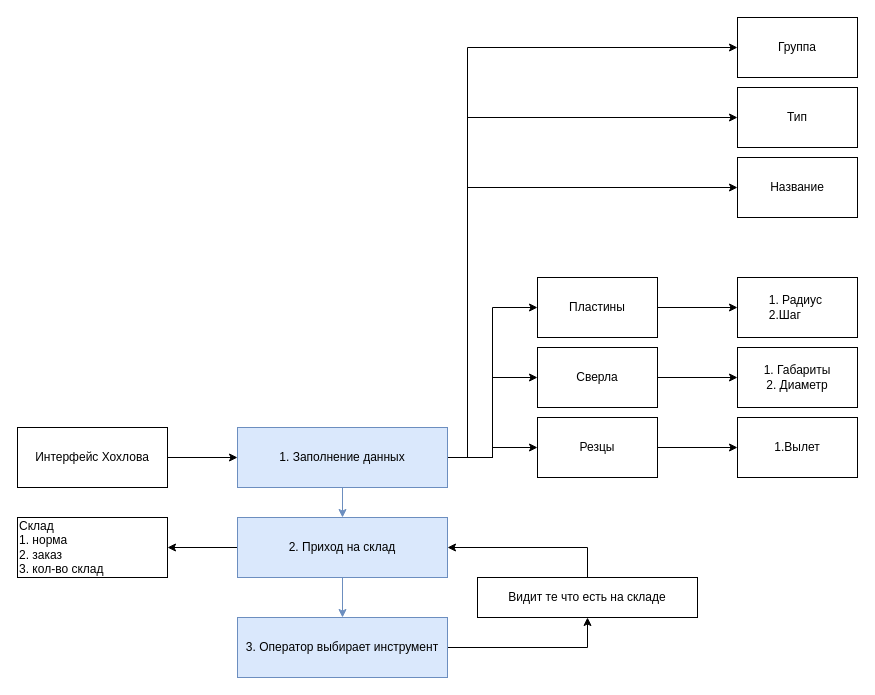
This is doc/doc.drawio from i5anin/vue.soft.pfforum, a draw.io file, before an edit. Source tidied: cells renumbered, new cells numbered last; positions are measured from the earlier drawing's top-left corner, leaving out a move shared by most shapes. Both pictures are drawn from the tidied source at 100%, with x=0, y=0 at pixel (17, 17).
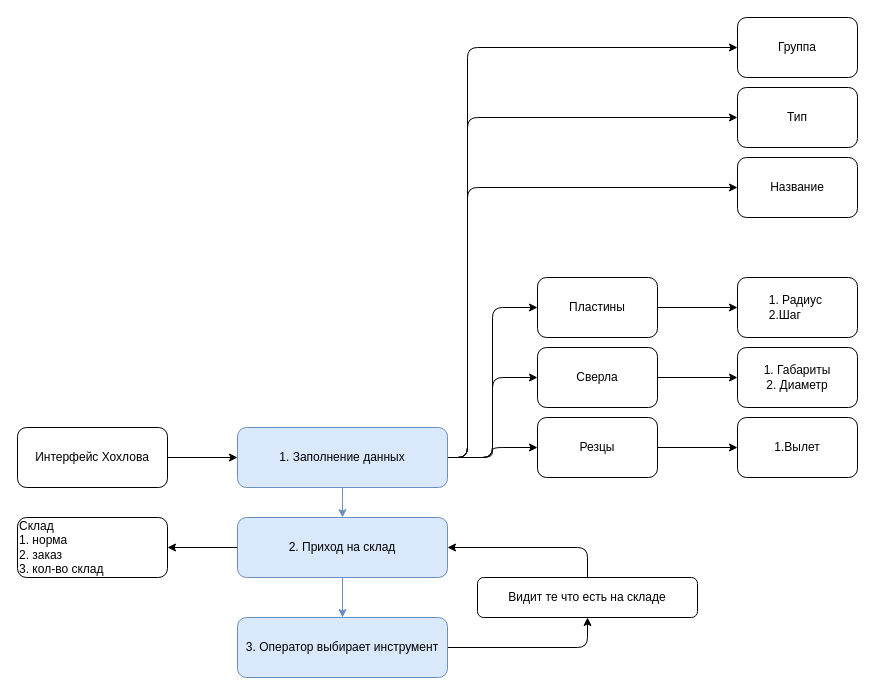
The same diagram, later.

What changed in the source:
```diff
@@
-    <mxCell id="2" style="edgeStyle=orthogonalEdgeStyle;rounded=0;jettySize=auto;html=1;fillColor=#dae8fc;strokeColor=#6c8ebf;" parent="1" edge="1" source="9" target="12">
+    <mxCell id="2" style="edgeStyle=orthogonalEdgeStyle;rounded=1;jettySize=auto;html=1;fillColor=#dae8fc;strokeColor=#6c8ebf;fontSize=12;" parent="1" edge="1" source="9" target="12">
       <mxGeometry relative="1" as="geometry" />
     </mxCell>
-    <mxCell id="3" style="edgeStyle=orthogonalEdgeStyle;rounded=0;jettySize=auto;html=1;exitX=1;exitY=0.5;exitDx=0;exitDy=0;entryX=0;entryY=0.5;entryDx=0;entryDy=0;" parent="1" edge="1" source="9" target="16">
+    <mxCell id="3" style="edgeStyle=orthogonalEdgeStyle;rounded=1;jettySize=auto;html=1;exitX=1;exitY=0.5;exitDx=0;exitDy=0;entryX=0;entryY=0.5;entryDx=0;entryDy=0;fontSize=12;fillColor=default;" parent="1" edge="1" source="9" target="16">
       <mxGeometry relative="1" as="geometry" />
     </mxCell>
-    <mxCell id="4" style="edgeStyle=orthogonalEdgeStyle;rounded=0;jettySize=auto;html=1;exitX=1;exitY=0.5;exitDx=0;exitDy=0;entryX=0;entryY=0.5;entryDx=0;entryDy=0;" parent="1" edge="1" source="9" target="18">
+    <mxCell id="4" style="edgeStyle=orthogonalEdgeStyle;rounded=1;jettySize=auto;html=1;exitX=1;exitY=0.5;exitDx=0;exitDy=0;entryX=0;entryY=0.5;entryDx=0;entryDy=0;fontSize=12;fillColor=default;" parent="1" edge="1" source="9" target="18">
       <mxGeometry relative="1" as="geometry" />
     </mxCell>
-    <mxCell id="5" style="edgeStyle=orthogonalEdgeStyle;rounded=0;jettySize=auto;html=1;exitX=1;exitY=0.5;exitDx=0;exitDy=0;entryX=0;entryY=0.5;entryDx=0;entryDy=0;" parent="1" edge="1" source="9" target="20">
+    <mxCell id="5" style="edgeStyle=orthogonalEdgeStyle;rounded=1;jettySize=auto;html=1;exitX=1;exitY=0.5;exitDx=0;exitDy=0;entryX=0;entryY=0.5;entryDx=0;entryDy=0;fontSize=12;fillColor=default;" parent="1" edge="1" source="9" target="20">
       <mxGeometry relative="1" as="geometry" />
     </mxCell>
-    <mxCell id="6" style="edgeStyle=orthogonalEdgeStyle;rounded=0;jettySize=auto;html=1;exitX=1;exitY=0.5;exitDx=0;exitDy=0;entryX=0;entryY=0.5;entryDx=0;entryDy=0;" parent="1" edge="1" source="9" target="29">
+    <mxCell id="6" style="edgeStyle=orthogonalEdgeStyle;rounded=1;jettySize=auto;html=1;exitX=1;exitY=0.5;exitDx=0;exitDy=0;entryX=0;entryY=0.5;entryDx=0;entryDy=0;fontSize=12;fillColor=default;" parent="1" edge="1" source="9" target="29">
       <mxGeometry relative="1" as="geometry">
         <Array as="points">
           <mxPoint x="450" y="440" />
           <mxPoint x="450" y="170" />
         </Array>
       </mxGeometry>
     </mxCell>
-    <mxCell id="7" style="edgeStyle=orthogonalEdgeStyle;rounded=0;jettySize=auto;html=1;exitX=1;exitY=0.5;exitDx=0;exitDy=0;entryX=0;entryY=0.5;entryDx=0;entryDy=0;" parent="1" edge="1" source="9" target="30">
+    <mxCell id="7" style="edgeStyle=orthogonalEdgeStyle;rounded=1;jettySize=auto;html=1;exitX=1;exitY=0.5;exitDx=0;exitDy=0;entryX=0;entryY=0.5;entryDx=0;entryDy=0;fontSize=12;fillColor=default;" parent="1" edge="1" source="9" target="30">
       <mxGeometry relative="1" as="geometry">
         <Array as="points">
           <mxPoint x="450" y="440" />
           <mxPoint x="450" y="100" />
         </Array>
       </mxGeometry>
     </mxCell>
-    <mxCell id="8" style="edgeStyle=orthogonalEdgeStyle;rounded=0;jettySize=auto;html=1;exitX=1;exitY=0.5;exitDx=0;exitDy=0;entryX=0;entryY=0.5;entryDx=0;entryDy=0;" parent="1" edge="1" source="9" target="31">
+    <mxCell id="8" style="edgeStyle=orthogonalEdgeStyle;rounded=1;jettySize=auto;html=1;exitX=1;exitY=0.5;exitDx=0;exitDy=0;entryX=0;entryY=0.5;entryDx=0;entryDy=0;fontSize=12;fillColor=default;" parent="1" edge="1" source="9" target="31">
       <mxGeometry relative="1" as="geometry">
         <Array as="points">
           <mxPoint x="450" y="440" />
           <mxPoint x="450" y="30" />
         </Array>
       </mxGeometry>
     </mxCell>
-    <mxCell id="9" value="1. Заполнение данных" style="rounded=0;whiteSpace=wrap;html=1;fillColor=#dae8fc;strokeColor=#6c8ebf;" parent="1" vertex="1">
+    <mxCell id="9" value="1. Заполнение данных" style="rounded=1;whiteSpace=wrap;html=1;fillColor=#dae8fc;strokeColor=#6c8ebf;align=center;" parent="1" vertex="1">
       <mxGeometry x="220" y="410" width="210" height="60" as="geometry" />
     </mxCell>
-    <mxCell id="10" style="edgeStyle=orthogonalEdgeStyle;rounded=0;jettySize=auto;html=1;entryX=0.5;entryY=0;entryDx=0;entryDy=0;fillColor=#dae8fc;strokeColor=#6c8ebf;" parent="1" edge="1" source="12" target="14">
+    <mxCell id="10" style="edgeStyle=orthogonalEdgeStyle;rounded=1;jettySize=auto;html=1;entryX=0.5;entryY=0;entryDx=0;entryDy=0;fillColor=#dae8fc;strokeColor=#6c8ebf;fontSize=12;" parent="1" edge="1" source="12" target="14">
       <mxGeometry relative="1" as="geometry" />
     </mxCell>
-    <mxCell id="11" style="edgeStyle=orthogonalEdgeStyle;rounded=0;jettySize=auto;html=1;exitX=0;exitY=0.5;exitDx=0;exitDy=0;entryX=1;entryY=0.5;entryDx=0;entryDy=0;" parent="1" edge="1" source="12" target="28">
+    <mxCell id="11" style="edgeStyle=orthogonalEdgeStyle;rounded=1;jettySize=auto;html=1;exitX=0;exitY=0.5;exitDx=0;exitDy=0;entryX=1;entryY=0.5;entryDx=0;entryDy=0;fontSize=12;fillColor=default;" parent="1" edge="1" source="12" target="28">
       <mxGeometry relative="1" as="geometry" />
     </mxCell>
-    <mxCell id="12" value="2. Приход на склад" style="rounded=0;whiteSpace=wrap;html=1;fillColor=#dae8fc;strokeColor=#6c8ebf;" parent="1" vertex="1">
+    <mxCell id="12" value="2. Приход на склад" style="rounded=1;whiteSpace=wrap;html=1;fillColor=#dae8fc;strokeColor=#6c8ebf;align=center;" parent="1" vertex="1">
       <mxGeometry x="220" y="500" width="210" height="60" as="geometry" />
     </mxCell>
-    <mxCell id="13" style="edgeStyle=orthogonalEdgeStyle;rounded=0;jettySize=auto;html=1;exitX=1;exitY=0.5;exitDx=0;exitDy=0;entryX=0.5;entryY=1;entryDx=0;entryDy=0;" parent="1" edge="1" source="14" target="25">
+    <mxCell id="13" style="edgeStyle=orthogonalEdgeStyle;rounded=1;jettySize=auto;html=1;exitX=1;exitY=0.5;exitDx=0;exitDy=0;entryX=0.5;entryY=1;entryDx=0;entryDy=0;fontSize=12;fillColor=default;" parent="1" edge="1" source="14" target="25">
       <mxGeometry relative="1" as="geometry" />
     </mxCell>
-    <mxCell id="14" value="3. Оператор выбирает инструмент" style="rounded=0;whiteSpace=wrap;html=1;fillColor=#dae8fc;strokeColor=#6c8ebf;" parent="1" vertex="1">
+    <mxCell id="14" value="3. Оператор выбирает инструмент" style="rounded=1;whiteSpace=wrap;html=1;fillColor=#dae8fc;strokeColor=#6c8ebf;align=center;" parent="1" vertex="1">
       <mxGeometry x="220" y="600" width="210" height="60" as="geometry" />
     </mxCell>
-    <mxCell id="15" style="edgeStyle=orthogonalEdgeStyle;rounded=0;jettySize=auto;html=1;exitX=1;exitY=0.5;exitDx=0;exitDy=0;" parent="1" edge="1" source="16" target="21">
+    <mxCell id="15" style="edgeStyle=orthogonalEdgeStyle;rounded=1;jettySize=auto;html=1;exitX=1;exitY=0.5;exitDx=0;exitDy=0;fontSize=12;fillColor=default;" parent="1" edge="1" source="16" target="21">
       <mxGeometry relative="1" as="geometry" />
     </mxCell>
-    <mxCell id="16" value="Пластины" style="rounded=0;whiteSpace=wrap;html=1;" parent="1" vertex="1">
+    <mxCell id="16" value="Пластины" style="rounded=1;whiteSpace=wrap;html=1;" parent="1" vertex="1">
       <mxGeometry x="520" y="260" width="120" height="60" as="geometry" />
     </mxCell>
-    <mxCell id="17" style="edgeStyle=orthogonalEdgeStyle;rounded=0;jettySize=auto;html=1;exitX=1;exitY=0.5;exitDx=0;exitDy=0;entryX=0;entryY=0.5;entryDx=0;entryDy=0;" parent="1" edge="1" source="18" target="22">
+    <mxCell id="17" style="edgeStyle=orthogonalEdgeStyle;rounded=1;jettySize=auto;html=1;exitX=1;exitY=0.5;exitDx=0;exitDy=0;entryX=0;entryY=0.5;entryDx=0;entryDy=0;fontSize=12;fillColor=default;" parent="1" edge="1" source="18" target="22">
       <mxGeometry relative="1" as="geometry" />
     </mxCell>
-    <mxCell id="18" value="Сверла" style="rounded=0;whiteSpace=wrap;html=1;" parent="1" vertex="1">
+    <mxCell id="18" value="Сверла" style="rounded=1;whiteSpace=wrap;html=1;" parent="1" vertex="1">
       <mxGeometry x="520" y="330" width="120" height="60" as="geometry" />
     </mxCell>
-    <mxCell id="19" style="edgeStyle=orthogonalEdgeStyle;rounded=0;jettySize=auto;html=1;exitX=1;exitY=0.5;exitDx=0;exitDy=0;" parent="1" edge="1" source="20" target="23">
+    <mxCell id="19" style="edgeStyle=orthogonalEdgeStyle;rounded=1;jettySize=auto;html=1;exitX=1;exitY=0.5;exitDx=0;exitDy=0;fontSize=12;fillColor=default;" parent="1" edge="1" source="20" target="23">
       <mxGeometry relative="1" as="geometry" />
     </mxCell>
-    <mxCell id="20" value="Резцы" style="rounded=0;whiteSpace=wrap;html=1;" parent="1" vertex="1">
+    <mxCell id="20" value="Резцы" style="rounded=1;whiteSpace=wrap;html=1;" parent="1" vertex="1">
       <mxGeometry x="520" y="400" width="120" height="60" as="geometry" />
     </mxCell>
-    <mxCell id="21" value="1. Радиус&amp;nbsp;&lt;br&gt;&lt;div style=&quot;text-align: left;&quot;&gt;&lt;span style=&quot;background-color: initial;&quot;&gt;2.Шаг&lt;/span&gt;&lt;/div&gt;" style="rounded=0;whiteSpace=wrap;html=1;" parent="1" vertex="1">
+    <mxCell id="21" value="1. Радиус&amp;nbsp;&lt;br&gt;&lt;div style=&quot;text-align: left;&quot;&gt;&lt;span style=&quot;background-color: initial;&quot;&gt;2.Шаг&lt;/span&gt;&lt;/div&gt;" style="rounded=1;whiteSpace=wrap;html=1;" parent="1" vertex="1">
       <mxGeometry x="720" y="260" width="120" height="60" as="geometry" />
     </mxCell>
-    <mxCell id="22" value="1. Габариты&lt;br&gt;2.&amp;nbsp;Диаметр" style="rounded=0;whiteSpace=wrap;html=1;" parent="1" vertex="1">
+    <mxCell id="22" value="1. Габариты&lt;br&gt;2.&amp;nbsp;Диаметр" style="rounded=1;whiteSpace=wrap;html=1;" parent="1" vertex="1">
       <mxGeometry x="720" y="330" width="120" height="60" as="geometry" />
     </mxCell>
-    <mxCell id="23" value="1.Вылет" style="rounded=0;whiteSpace=wrap;html=1;" parent="1" vertex="1">
+    <mxCell id="23" value="1.Вылет" style="rounded=1;whiteSpace=wrap;html=1;" parent="1" vertex="1">
       <mxGeometry x="720" y="400" width="120" height="60" as="geometry" />
     </mxCell>
-    <mxCell id="24" style="edgeStyle=orthogonalEdgeStyle;rounded=0;jettySize=auto;html=1;exitX=0.5;exitY=0;exitDx=0;exitDy=0;entryX=1;entryY=0.5;entryDx=0;entryDy=0;" parent="1" edge="1" source="25" target="12">
+    <mxCell id="24" style="edgeStyle=orthogonalEdgeStyle;rounded=1;jettySize=auto;html=1;exitX=0.5;exitY=0;exitDx=0;exitDy=0;entryX=1;entryY=0.5;entryDx=0;entryDy=0;fontSize=12;fillColor=default;" parent="1" edge="1" source="25" target="12">
       <mxGeometry relative="1" as="geometry" />
     </mxCell>
-    <mxCell id="25" value="Видит те что есть на складе" style="rounded=0;whiteSpace=wrap;html=1;" parent="1" vertex="1">
+    <mxCell id="25" value="Видит те что есть на складе" style="rounded=1;whiteSpace=wrap;html=1;" parent="1" vertex="1">
       <mxGeometry x="460" y="560" width="220" height="40" as="geometry" />
     </mxCell>
-    <mxCell id="26" style="edgeStyle=orthogonalEdgeStyle;rounded=0;jettySize=auto;html=1;entryX=0;entryY=0.5;entryDx=0;entryDy=0;" parent="1" edge="1" source="27" target="9">
+    <mxCell id="26" style="edgeStyle=orthogonalEdgeStyle;rounded=1;jettySize=auto;html=1;entryX=0;entryY=0.5;entryDx=0;entryDy=0;fontSize=12;fillColor=default;" parent="1" edge="1" source="27" target="9">
       <mxGeometry relative="1" as="geometry" />
     </mxCell>
-    <mxCell id="27" value="Интерфейс Хохлова" style="rounded=0;whiteSpace=wrap;html=1;" parent="1" vertex="1">
+    <mxCell id="27" value="Интерфейс Хохлова" style="rounded=1;whiteSpace=wrap;html=1;" parent="1" vertex="1">
       <mxGeometry y="410" width="150" height="60" as="geometry" />
     </mxCell>
-    <mxCell id="28" value="Склад&lt;br style=&quot;border-color: var(--border-color);&quot;&gt;&lt;span style=&quot;&quot;&gt;1. норма&lt;/span&gt;&lt;br style=&quot;border-color: var(--border-color);&quot;&gt;&lt;span style=&quot;&quot;&gt;2. заказ&lt;/span&gt;&lt;br style=&quot;border-color: var(--border-color);&quot;&gt;&lt;span style=&quot;&quot;&gt;3. кол-во склад&lt;/span&gt;" style="rounded=0;whiteSpace=wrap;html=1;align=left;" parent="1" vertex="1">
+    <mxCell id="28" value="Склад&lt;br style=&quot;border-color: var(--border-color);&quot;&gt;&lt;span style=&quot;&quot;&gt;1. норма&lt;/span&gt;&lt;br style=&quot;border-color: var(--border-color);&quot;&gt;&lt;span style=&quot;&quot;&gt;2. заказ&lt;/span&gt;&lt;br style=&quot;border-color: var(--border-color);&quot;&gt;&lt;span style=&quot;&quot;&gt;3. кол-во склад&lt;/span&gt;" style="rounded=1;whiteSpace=wrap;html=1;align=left;" parent="1" vertex="1">
       <mxGeometry y="500" width="150" height="60" as="geometry" />
     </mxCell>
-    <mxCell id="29" value="Название" style="rounded=0;whiteSpace=wrap;html=1;" parent="1" vertex="1">
+    <mxCell id="29" value="Название" style="rounded=1;whiteSpace=wrap;html=1;" parent="1" vertex="1">
       <mxGeometry x="720" y="140" width="120" height="60" as="geometry" />
     </mxCell>
-    <mxCell id="30" value="Тип" style="rounded=0;whiteSpace=wrap;html=1;" parent="1" vertex="1">
+    <mxCell id="30" value="Тип" style="rounded=1;whiteSpace=wrap;html=1;" parent="1" vertex="1">
       <mxGeometry x="720" y="70" width="120" height="60" as="geometry" />
     </mxCell>
-    <mxCell id="31" value="&lt;span style=&quot;font-weight: normal;&quot;&gt;Группа&lt;/span&gt;" style="rounded=0;whiteSpace=wrap;html=1;fontStyle=1;" parent="1" vertex="1">
+    <mxCell id="31" value="&lt;span style=&quot;font-weight: normal;&quot;&gt;Группа&lt;/span&gt;" style="rounded=1;whiteSpace=wrap;html=1;fontStyle=1;" parent="1" vertex="1">
       <mxGeometry x="720" width="120" height="60" as="geometry" />
     </mxCell>
```
